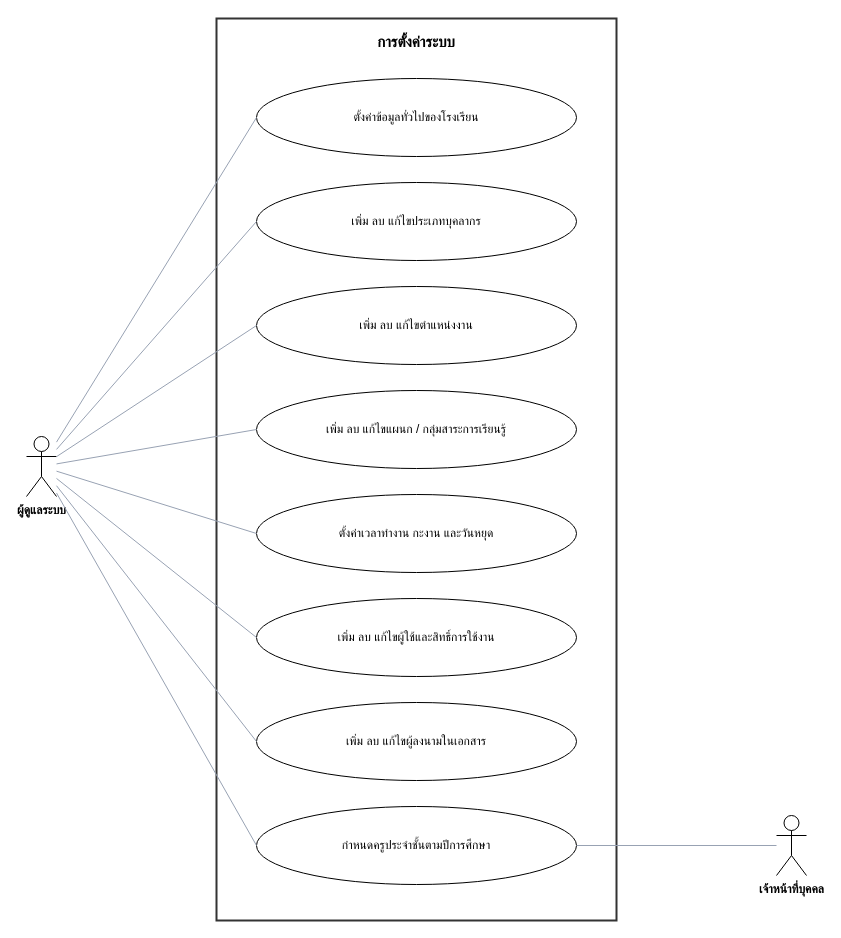
Earlier version of the draw.io diagram page "การตั้งค่าระบบ" (3 of 6) of uxui-merged/schooldark/usecase.drawio (RealTiraqmisu/SchoolDark). Source tidied: cells renumbered, new cells numbered last; positions are measured from the earlier drawing's top-left corner, leaving out a move shared by most shapes. Both pictures are drawn from the tidied source at 100%, with x=0, y=0 at pixel (26, 18).
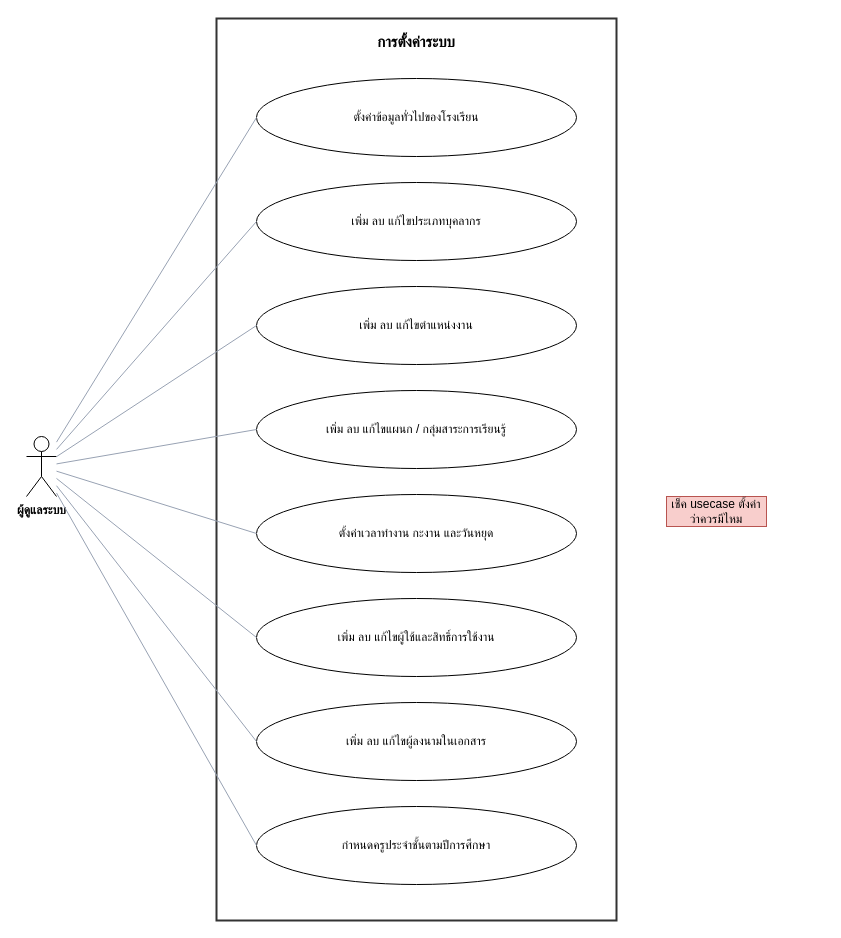
After the change.

The change refers to these unchanged cells:
```xml
<mxCell id="10" value="กำหนดครูประจำชั้นตามปีการศึกษา" style="ellipse;whiteSpace=wrap;html=1;fontSize=12;spacing=10;" parent="1" vertex="1">
  <mxGeometry x="230" y="788" width="320" height="78" as="geometry" />
</mxCell>
```

Diff of the diagram source:
```diff
@@
-    <mxCell id="12" value="เจ้าหน้าที่บุคคล" style="shape=umlActor;verticalLabelPosition=bottom;verticalAlign=top;html=1;outlineConnect=0;whiteSpace=nowrap;fontSize=12;fontStyle=1;" parent="1" vertex="1">
-      <mxGeometry x="750" y="797" width="30" height="60" as="geometry" />
-    </mxCell>
@@
-    <mxCell id="21" style="endArrow=none;html=1;strokeColor=#98a2b3;entryX=1;entryY=0.5;entryDx=0;entryDy=0;" parent="1" edge="1" source="12" target="10">
-      <mxGeometry relative="1" as="geometry" />
-    </mxCell>
+    <mxCell id="22" value="เช็ค usecase ตั้งค่า ว่าควรมีไหม" style="text;html=1;whiteSpace=wrap;strokeColor=#b85450;fillColor=#f8cecc;align=center;verticalAlign=middle;rounded=0;" parent="1" vertex="1">
+      <mxGeometry x="640" y="478" width="100" height="30" as="geometry" />
+    </mxCell>
```
